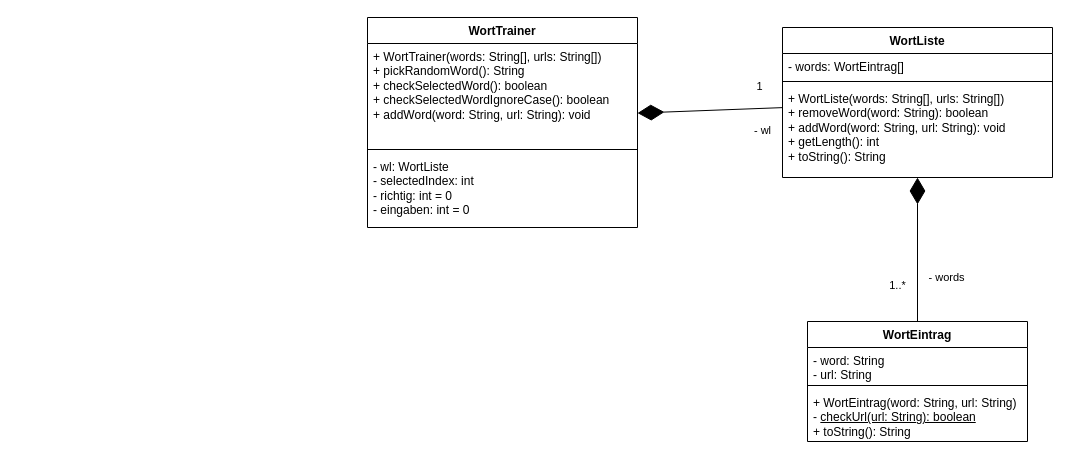
The draw.io diagram doc/worttrainer.drawio in TGM-HIT/sew9-2425-worttrainer-czlabinger, before the edit. Source tidied: cells renumbered, new cells numbered last; positions are measured from the earlier drawing's top-left corner, leaving out a move shared by most shapes. Both pictures are drawn from the tidied source at 100%, with x=0, y=0 at pixel (367, 17).
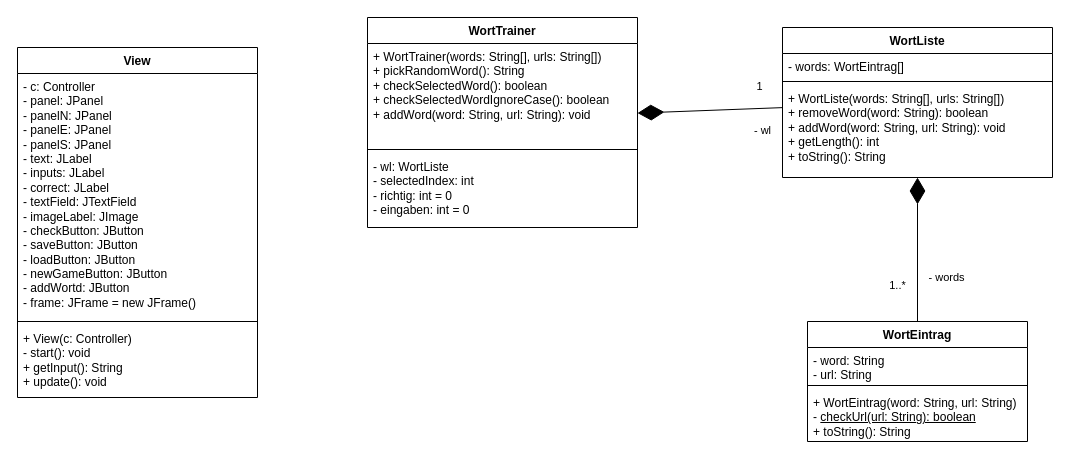
After the change.

Commit message (it also covers changes not shown here):
Added view uml

What changed in the source:
```diff
@@
+    <mxCell id="20" value="View" style="swimlane;fontStyle=1;align=center;verticalAlign=top;horizontal=1;startSize=26;whiteSpace=wrap;html=1;" parent="1" vertex="1">
+      <mxGeometry x="-350" y="30" width="240" height="350" as="geometry" />
+    </mxCell>
+    <mxCell id="21" value="&lt;div&gt;- c: Controller&lt;/div&gt;&lt;div&gt;- panel: JPanel&lt;/div&gt;&lt;div&gt;- panelN: JPanel&lt;/div&gt;&lt;div&gt;- panelE: JPanel&lt;/div&gt;&lt;div&gt;- panelS: JPanel&lt;/div&gt;&lt;div&gt;- text: JLabel&lt;/div&gt;&lt;div&gt;- inputs: JLabel&lt;/div&gt;&lt;div&gt;- correct: JLabel&lt;/div&gt;&lt;div&gt;- textField: JTextField&lt;/div&gt;&lt;div&gt;- imageLabel: JImage&lt;br&gt;&lt;/div&gt;&lt;div&gt;- checkButton: JButton&lt;/div&gt;&lt;div&gt;- saveButton: JButton&lt;/div&gt;&lt;div&gt;- loadButton: JButton&lt;/div&gt;&lt;div&gt;- newGameButton: JButton&lt;/div&gt;&lt;div&gt;- addWortd: JButton&lt;br&gt;&lt;/div&gt;&lt;div&gt;- frame: JFrame = new JFrame()&lt;/div&gt;" style="text;strokeColor=none;fillColor=none;align=left;verticalAlign=top;spacingLeft=4;spacingRight=4;overflow=hidden;whiteSpace=wrap;html=1;" parent="20" vertex="1">
+      <mxGeometry y="26" width="240" height="244" as="geometry" />
+    </mxCell>
+    <mxCell id="22" style="line;strokeWidth=1;fillColor=none;align=left;verticalAlign=middle;spacingTop=-1;spacingLeft=3;spacingRight=3;labelPosition=right;strokeColor=inherit;" parent="20" vertex="1">
+      <mxGeometry y="270" width="240" height="8" as="geometry" />
+    </mxCell>
+    <mxCell id="23" value="&lt;div&gt;+ View(c: Controller)&lt;/div&gt;&lt;div&gt;- start(): void&lt;br&gt;&lt;/div&gt;&lt;div&gt;+ getInput(): String&lt;/div&gt;&lt;div&gt;+ update(): void&lt;br&gt;&lt;/div&gt;" style="text;strokeColor=none;fillColor=none;align=left;verticalAlign=top;spacingLeft=4;spacingRight=4;overflow=hidden;whiteSpace=wrap;html=1;" parent="20" vertex="1">
+      <mxGeometry y="278" width="240" height="72" as="geometry" />
+    </mxCell>
```
